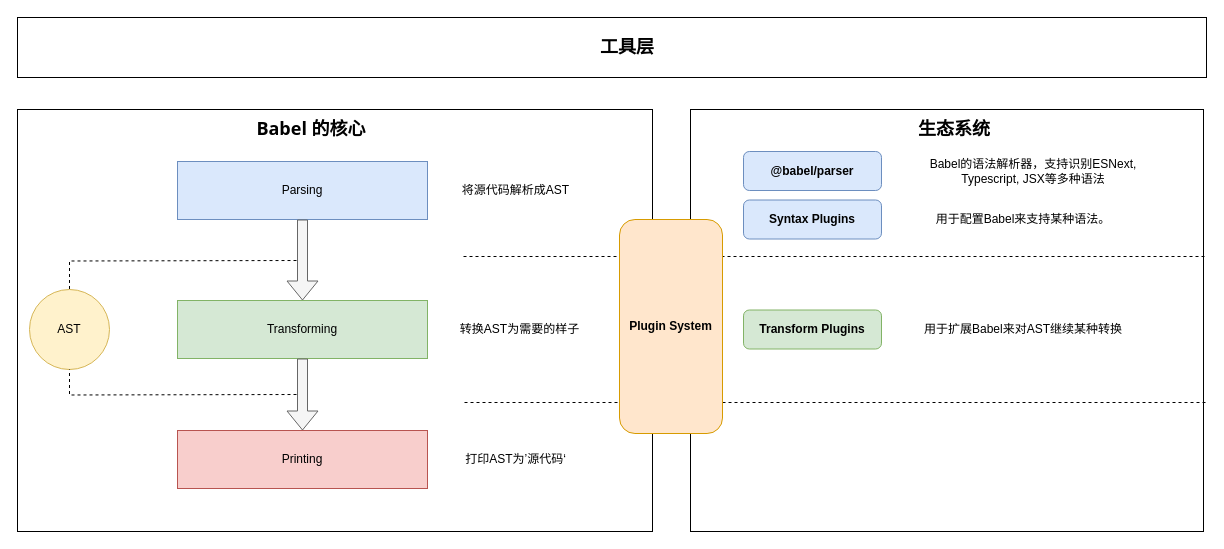
Before: page "第 1 页" (1 of 4) of source/_drawio/babel.drawio in ivan-94/bobi.ink, a draw.io diagram. Source tidied: cells renumbered, new cells numbered last; positions are measured from the earlier drawing's top-left corner, leaving out a move shared by most shapes. Both pictures are drawn from the tidied source at 100%, with x=0, y=0 at pixel (17, 17).
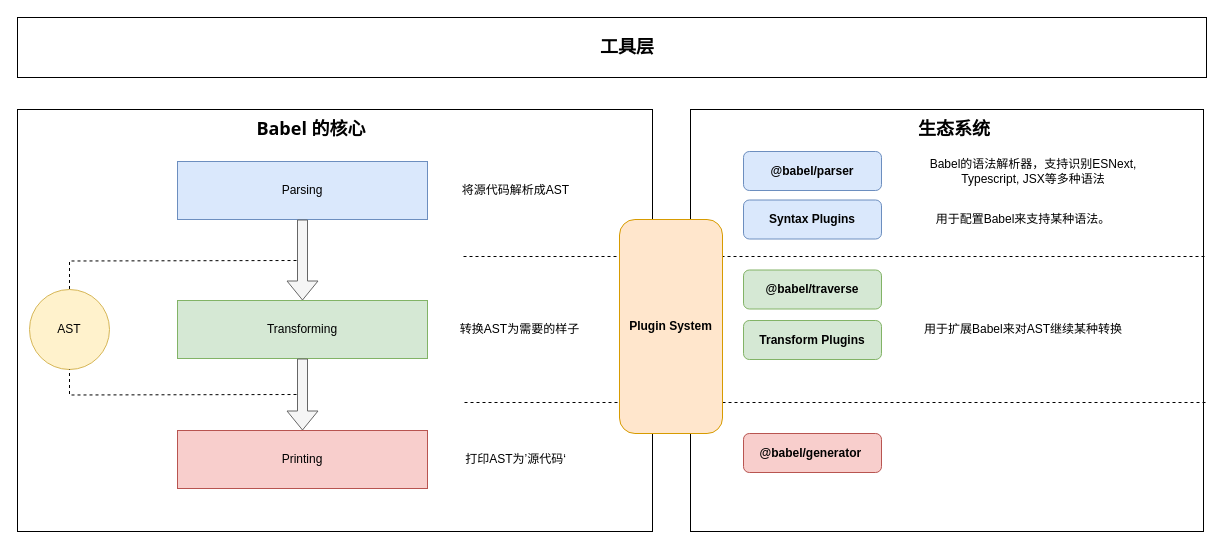
Above is the later version.

Diff of the diagram source:
```diff
@@
     <mxCell id="23" value="&lt;b&gt;Transform Plugins&lt;/b&gt;" style="rounded=1;whiteSpace=wrap;html=1;fillColor=#d5e8d4;strokeColor=#82b366;" parent="1" vertex="1">
-      <mxGeometry x="726" y="292.5" width="138" height="39" as="geometry" />
+      <mxGeometry x="726" y="303" width="138" height="39" as="geometry" />
     </mxCell>
@@
+    <mxCell id="29" value="&lt;b&gt;@babel/traverse&lt;/b&gt;" style="rounded=1;whiteSpace=wrap;html=1;fillColor=#d5e8d4;strokeColor=#82b366;" parent="1" vertex="1">
+      <mxGeometry x="726" y="252.5" width="138" height="39" as="geometry" />
+    </mxCell>
+    <mxCell id="30" value="&lt;b&gt;@babel/generator&amp;nbsp;&lt;/b&gt;" style="rounded=1;whiteSpace=wrap;html=1;fillColor=#f8cecc;strokeColor=#b85450;" parent="1" vertex="1">
+      <mxGeometry x="726" y="416" width="138" height="39" as="geometry" />
+    </mxCell>
```
